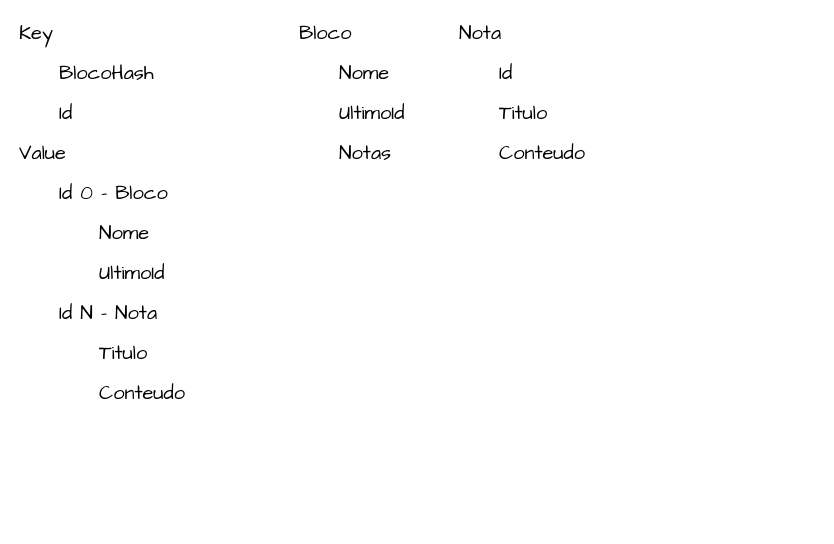
Above: page "Data" (2 of 5) of project.drawio in gerson-msj/me-anota (draw.io), before the change. Source tidied: cells renumbered, new cells numbered last; positions are measured from the earlier drawing's top-left corner, leaving out a move shared by most shapes. Both pictures are drawn from the tidied source at 100%, with x=0, y=0 at pixel (17, 17).
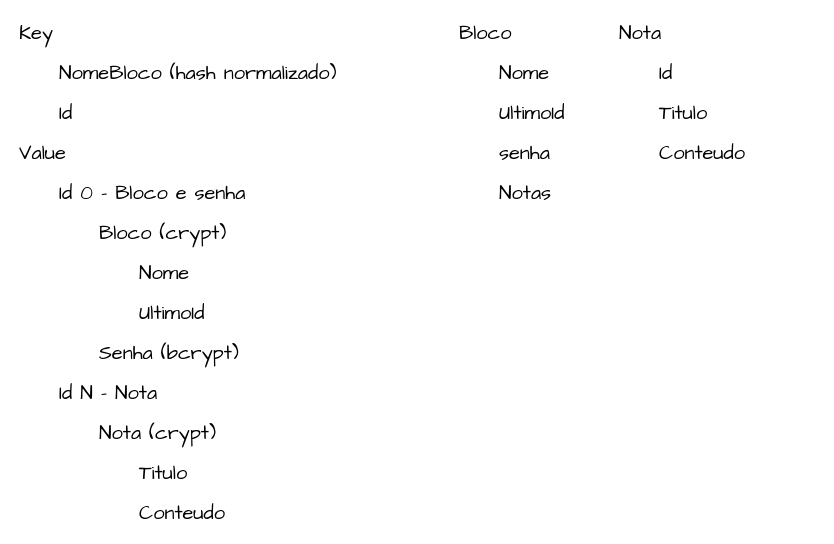
Above is the later version.

What changed in the source:
```diff
@@
-    <mxCell id="3" value="BlocoHash" style="text;html=1;strokeColor=none;fillColor=none;align=left;verticalAlign=middle;whiteSpace=wrap;rounded=0;sketch=1;hachureGap=4;jiggle=2;curveFitting=1;fontFamily=Architects Daughter;fontSize=20;" parent="1" vertex="1">
-      <mxGeometry x="40" y="40" width="160" height="30" as="geometry" />
+    <mxCell id="3" value="NomeBloco (hash normalizado)" style="text;html=1;strokeColor=none;fillColor=none;align=left;verticalAlign=middle;whiteSpace=wrap;rounded=0;sketch=1;hachureGap=4;jiggle=2;curveFitting=1;fontFamily=Architects Daughter;fontSize=20;" parent="1" vertex="1">
+      <mxGeometry x="40" y="40" width="340" height="30" as="geometry" />
     </mxCell>
@@
-    <mxCell id="6" value="Id 0 - Bloco" style="text;html=1;strokeColor=none;fillColor=none;align=left;verticalAlign=middle;whiteSpace=wrap;rounded=0;sketch=1;hachureGap=4;jiggle=2;curveFitting=1;fontFamily=Architects Daughter;fontSize=20;" parent="1" vertex="1">
-      <mxGeometry x="40" y="160" width="160" height="30" as="geometry" />
+    <mxCell id="6" value="Id 0 - Bloco e senha" style="text;html=1;strokeColor=none;fillColor=none;align=left;verticalAlign=middle;whiteSpace=wrap;rounded=0;sketch=1;hachureGap=4;jiggle=2;curveFitting=1;fontFamily=Architects Daughter;fontSize=20;" parent="1" vertex="1">
+      <mxGeometry x="40" y="160" width="280" height="30" as="geometry" />
     </mxCell>
     <mxCell id="7" value="Nome" style="text;html=1;strokeColor=none;fillColor=none;align=left;verticalAlign=middle;whiteSpace=wrap;rounded=0;sketch=1;hachureGap=4;jiggle=2;curveFitting=1;fontFamily=Architects Daughter;fontSize=20;" parent="1" vertex="1">
-      <mxGeometry x="80" y="200" width="160" height="30" as="geometry" />
+      <mxGeometry x="120" y="240" width="160" height="30" as="geometry" />
     </mxCell>
     <mxCell id="8" value="UltimoId" style="text;html=1;strokeColor=none;fillColor=none;align=left;verticalAlign=middle;whiteSpace=wrap;rounded=0;sketch=1;hachureGap=4;jiggle=2;curveFitting=1;fontFamily=Architects Daughter;fontSize=20;" parent="1" vertex="1">
-      <mxGeometry x="80" y="240" width="160" height="30" as="geometry" />
+      <mxGeometry x="120" y="280" width="160" height="30" as="geometry" />
     </mxCell>
     <mxCell id="9" value="Id N - Nota" style="text;html=1;strokeColor=none;fillColor=none;align=left;verticalAlign=middle;whiteSpace=wrap;rounded=0;sketch=1;hachureGap=4;jiggle=2;curveFitting=1;fontFamily=Architects Daughter;fontSize=20;" parent="1" vertex="1">
-      <mxGeometry x="40" y="280" width="160" height="30" as="geometry" />
+      <mxGeometry x="40" y="360" width="280" height="30" as="geometry" />
     </mxCell>
     <mxCell id="10" value="Titulo" style="text;html=1;strokeColor=none;fillColor=none;align=left;verticalAlign=middle;whiteSpace=wrap;rounded=0;sketch=1;hachureGap=4;jiggle=2;curveFitting=1;fontFamily=Architects Daughter;fontSize=20;" parent="1" vertex="1">
-      <mxGeometry x="80" y="320" width="160" height="30" as="geometry" />
+      <mxGeometry x="120" y="440" width="160" height="30" as="geometry" />
     </mxCell>
     <mxCell id="11" value="Conteudo" style="text;html=1;strokeColor=none;fillColor=none;align=left;verticalAlign=middle;whiteSpace=wrap;rounded=0;sketch=1;hachureGap=4;jiggle=2;curveFitting=1;fontFamily=Architects Daughter;fontSize=20;" parent="1" vertex="1">
-      <mxGeometry x="80" y="360" width="160" height="30" as="geometry" />
+      <mxGeometry x="120" y="480" width="160" height="30" as="geometry" />
     </mxCell>
     <mxCell id="12" value="Bloco" style="text;html=1;strokeColor=none;fillColor=none;align=left;verticalAlign=middle;whiteSpace=wrap;rounded=0;sketch=1;hachureGap=4;jiggle=2;curveFitting=1;fontFamily=Architects Daughter;fontSize=20;" parent="1" vertex="1">
-      <mxGeometry x="280" width="160" height="30" as="geometry" />
+      <mxGeometry x="440" width="160" height="30" as="geometry" />
     </mxCell>
     <mxCell id="13" value="Nome" style="text;html=1;strokeColor=none;fillColor=none;align=left;verticalAlign=middle;whiteSpace=wrap;rounded=0;sketch=1;hachureGap=4;jiggle=2;curveFitting=1;fontFamily=Architects Daughter;fontSize=20;" parent="1" vertex="1">
-      <mxGeometry x="320" y="40" width="160" height="30" as="geometry" />
+      <mxGeometry x="480" y="40" width="160" height="30" as="geometry" />
     </mxCell>
     <mxCell id="14" value="UltimoId" style="text;html=1;strokeColor=none;fillColor=none;align=left;verticalAlign=middle;whiteSpace=wrap;rounded=0;sketch=1;hachureGap=4;jiggle=2;curveFitting=1;fontFamily=Architects Daughter;fontSize=20;" parent="1" vertex="1">
-      <mxGeometry x="320" y="80" width="160" height="30" as="geometry" />
+      <mxGeometry x="480" y="80" width="160" height="30" as="geometry" />
     </mxCell>
     <mxCell id="15" value="Notas" style="text;html=1;strokeColor=none;fillColor=none;align=left;verticalAlign=middle;whiteSpace=wrap;rounded=0;sketch=1;hachureGap=4;jiggle=2;curveFitting=1;fontFamily=Architects Daughter;fontSize=20;" parent="1" vertex="1">
-      <mxGeometry x="320" y="120" width="160" height="30" as="geometry" />
+      <mxGeometry x="480" y="160" width="160" height="30" as="geometry" />
     </mxCell>
     <mxCell id="16" value="Nota" style="text;html=1;strokeColor=none;fillColor=none;align=left;verticalAlign=middle;whiteSpace=wrap;rounded=0;sketch=1;hachureGap=4;jiggle=2;curveFitting=1;fontFamily=Architects Daughter;fontSize=20;" parent="1" vertex="1">
-      <mxGeometry x="440" width="160" height="30" as="geometry" />
+      <mxGeometry x="600" width="160" height="30" as="geometry" />
     </mxCell>
     <mxCell id="17" value="Id" style="text;html=1;strokeColor=none;fillColor=none;align=left;verticalAlign=middle;whiteSpace=wrap;rounded=0;sketch=1;hachureGap=4;jiggle=2;curveFitting=1;fontFamily=Architects Daughter;fontSize=20;" parent="1" vertex="1">
-      <mxGeometry x="480" y="40" width="160" height="30" as="geometry" />
+      <mxGeometry x="640" y="40" width="160" height="30" as="geometry" />
     </mxCell>
     <mxCell id="18" value="Titulo" style="text;html=1;strokeColor=none;fillColor=none;align=left;verticalAlign=middle;whiteSpace=wrap;rounded=0;sketch=1;hachureGap=4;jiggle=2;curveFitting=1;fontFamily=Architects Daughter;fontSize=20;" parent="1" vertex="1">
-      <mxGeometry x="480" y="80" width="160" height="30" as="geometry" />
+      <mxGeometry x="640" y="80" width="160" height="30" as="geometry" />
     </mxCell>
     <mxCell id="19" value="Conteudo" style="text;html=1;strokeColor=none;fillColor=none;align=left;verticalAlign=middle;whiteSpace=wrap;rounded=0;sketch=1;hachureGap=4;jiggle=2;curveFitting=1;fontFamily=Architects Daughter;fontSize=20;" parent="1" vertex="1">
-      <mxGeometry x="480" y="120" width="160" height="30" as="geometry" />
+      <mxGeometry x="640" y="120" width="160" height="30" as="geometry" />
     </mxCell>
+    <mxCell id="20" value="senha" style="text;html=1;strokeColor=none;fillColor=none;align=left;verticalAlign=middle;whiteSpace=wrap;rounded=0;sketch=1;hachureGap=4;jiggle=2;curveFitting=1;fontFamily=Architects Daughter;fontSize=20;" parent="1" vertex="1">
+      <mxGeometry x="480" y="120" width="160" height="30" as="geometry" />
+    </mxCell>
+    <mxCell id="21" value="Senha (bcrypt)" style="text;html=1;strokeColor=none;fillColor=none;align=left;verticalAlign=middle;whiteSpace=wrap;rounded=0;sketch=1;hachureGap=4;jiggle=2;curveFitting=1;fontFamily=Architects Daughter;fontSize=20;" parent="1" vertex="1">
+      <mxGeometry x="80" y="320" width="160" height="30" as="geometry" />
+    </mxCell>
+    <mxCell id="22" value="Bloco (crypt)" style="text;html=1;strokeColor=none;fillColor=none;align=left;verticalAlign=middle;whiteSpace=wrap;rounded=0;sketch=1;hachureGap=4;jiggle=2;curveFitting=1;fontFamily=Architects Daughter;fontSize=20;" parent="1" vertex="1">
+      <mxGeometry x="80" y="200" width="160" height="30" as="geometry" />
+    </mxCell>
+    <mxCell id="23" value="Nota (crypt)" style="text;html=1;strokeColor=none;fillColor=none;align=left;verticalAlign=middle;whiteSpace=wrap;rounded=0;sketch=1;hachureGap=4;jiggle=2;curveFitting=1;fontFamily=Architects Daughter;fontSize=20;" parent="1" vertex="1">
+      <mxGeometry x="80" y="400" width="160" height="30" as="geometry" />
+    </mxCell>
```
